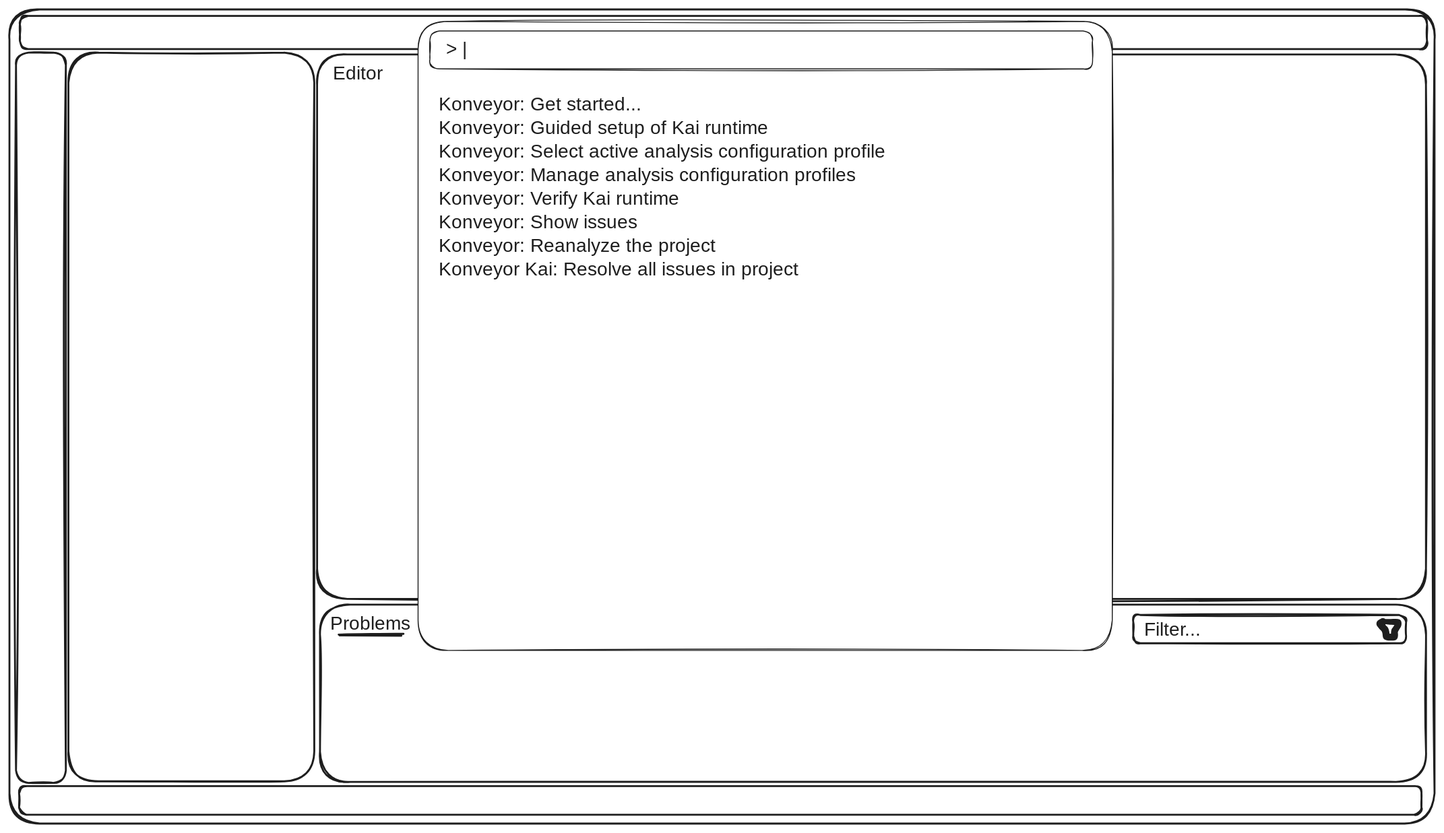
This is wireframe/2.command-palette.excalidraw.svg from sjd78/kai-ide-user-stories, a Excalidraw export, as it was before one commit. Source tidied: one line per element, renumbered; positions are measured from the earlier drawing's top-left corner, leaving out a move shared by most shapes. The source it was exported from:
```json
{"id": 0, "type": "rectangle", "strokeColor": "#1e1e1e", "strokeWidth": 2, "roughness": 1, "round": true, "x": 0, "y": 0, "width": 1510, "height": 863}
{"id": 1, "type": "rectangle", "strokeColor": "#1e1e1e", "strokeWidth": 2, "roughness": 1, "round": true, "x": 11, "y": 7, "width": 1491, "height": 35}
{"id": 2, "type": "rectangle", "strokeColor": "#1e1e1e", "strokeWidth": 2, "roughness": 1, "round": true, "x": 7, "y": 46, "width": 53, "height": 775}
{"id": 3, "type": "rectangle", "strokeColor": "#1e1e1e", "strokeWidth": 2, "roughness": 1, "round": true, "x": 10, "y": 824, "width": 1486, "height": 30}
{"id": 4, "type": "rectangle", "strokeColor": "#1e1e1e", "strokeWidth": 2, "roughness": 1, "round": true, "x": 62, "y": 46, "width": 261, "height": 773}
{"id": 5, "type": "rectangle", "strokeColor": "#1e1e1e", "strokeWidth": 2, "roughness": 1, "round": true, "x": 326, "y": 48, "width": 1175, "height": 577}
{"id": 6, "type": "text", "text": "Editor", "strokeColor": "#1e1e1e", "strokeWidth": 2, "roughness": 1, "fontSize": 20, "fontFamily": 1, "x": 343, "y": 57, "width": 60, "height": 25}
{"id": 7, "type": "rectangle", "strokeColor": "#1e1e1e", "strokeWidth": 2, "roughness": 1, "round": true, "x": 329, "y": 631, "width": 1172, "height": 188}
{"id": 8, "type": "text", "text": "Problems", "strokeColor": "#1e1e1e", "strokeWidth": 2, "roughness": 1, "fontSize": 20, "fontFamily": 1, "x": 340, "y": 640, "width": 83, "height": 25}
{"id": 9, "type": "text", "text": "Output", "strokeColor": "#1e1e1e", "strokeWidth": 2, "roughness": 1, "fontSize": 20, "fontFamily": 1, "x": 452, "y": 640, "width": 70, "height": 25}
{"id": 10, "type": "line", "strokeColor": "#1e1e1e", "strokeWidth": 2, "roughness": 1, "round": true, "x": 349, "y": 663, "width": 67, "height": 0, "points": [[0, 0], [67, 0]]}
{"id": 11, "type": "rectangle", "strokeColor": "#1e1e1e", "strokeWidth": 2, "roughness": 1, "round": true, "x": 1191, "y": 642, "width": 289, "height": 30}
{"id": 12, "type": "text", "text": "Filter...", "strokeColor": "#1e1e1e", "strokeWidth": 1, "roughness": 1, "fontSize": 20, "fontFamily": 1, "x": 1202, "y": 646, "width": 68, "height": 25}
{"id": 13, "type": "freedraw", "strokeColor": "#1e1e1e", "strokeWidth": 1, "roughness": 1, "x": 1456, "y": 649, "width": 20, "height": 17, "points": [[0, 0], [2, 0], [5, 0], [10, 0], [14, 0], [16, 1], [15, 4], [14, 5], [13, 7], [12, 8], [11, 10], [11, 12], [11, 14], [11, 16], [6, 16], [3, 17], [2, 14], [2, 11], [2, 10], [2, 9], [0, 7], [-1, 6], [-2, 4], [-4, 3], [-4, 2], [-3, 1], [-2, 0]]}
{"id": 14, "type": "rectangle", "strokeColor": "#1e1e1e", "backgroundColor": "#ffffff", "fillStyle": "solid", "strokeWidth": 1, "roughness": 1, "round": true, "x": 433, "y": 13, "width": 736, "height": 667}
{"id": 15, "type": "rectangle", "strokeColor": "#1e1e1e", "backgroundColor": "#ffffff", "fillStyle": "solid", "strokeWidth": 1, "roughness": 1, "round": true, "x": 446, "y": 23, "width": 702, "height": 40}
{"id": 16, "type": "text", "text": "> | ", "strokeColor": "#1e1e1e", "backgroundColor": "#ffffff", "fillStyle": "solid", "strokeWidth": 1, "roughness": 1, "fontSize": 20, "fontFamily": 1, "x": 462, "y": 31, "width": 33, "height": 25}
{"id": 17, "type": "text", "text": "Konveyor: Get started...\nKonveyor: Guided setup of Kai runtime\nKonveyor: Select active analysis configuration profile\nKonveyor: Manage analysis configuration profiles\nKonveyor: Verify Kai runtime\nKonveyor: Show issues\nKonveyor: Reanalyze the project\nKonveyor Kai: Resolve all issues in project", "strokeColor": "#1e1e1e", "backgroundColor": "#ffffff", "fillStyle": "solid", "strokeWidth": 1, "roughness": 1, "fontSize": 20, "fontFamily": 1, "x": 455, "y": 89, "width": 520, "height": 200}
```
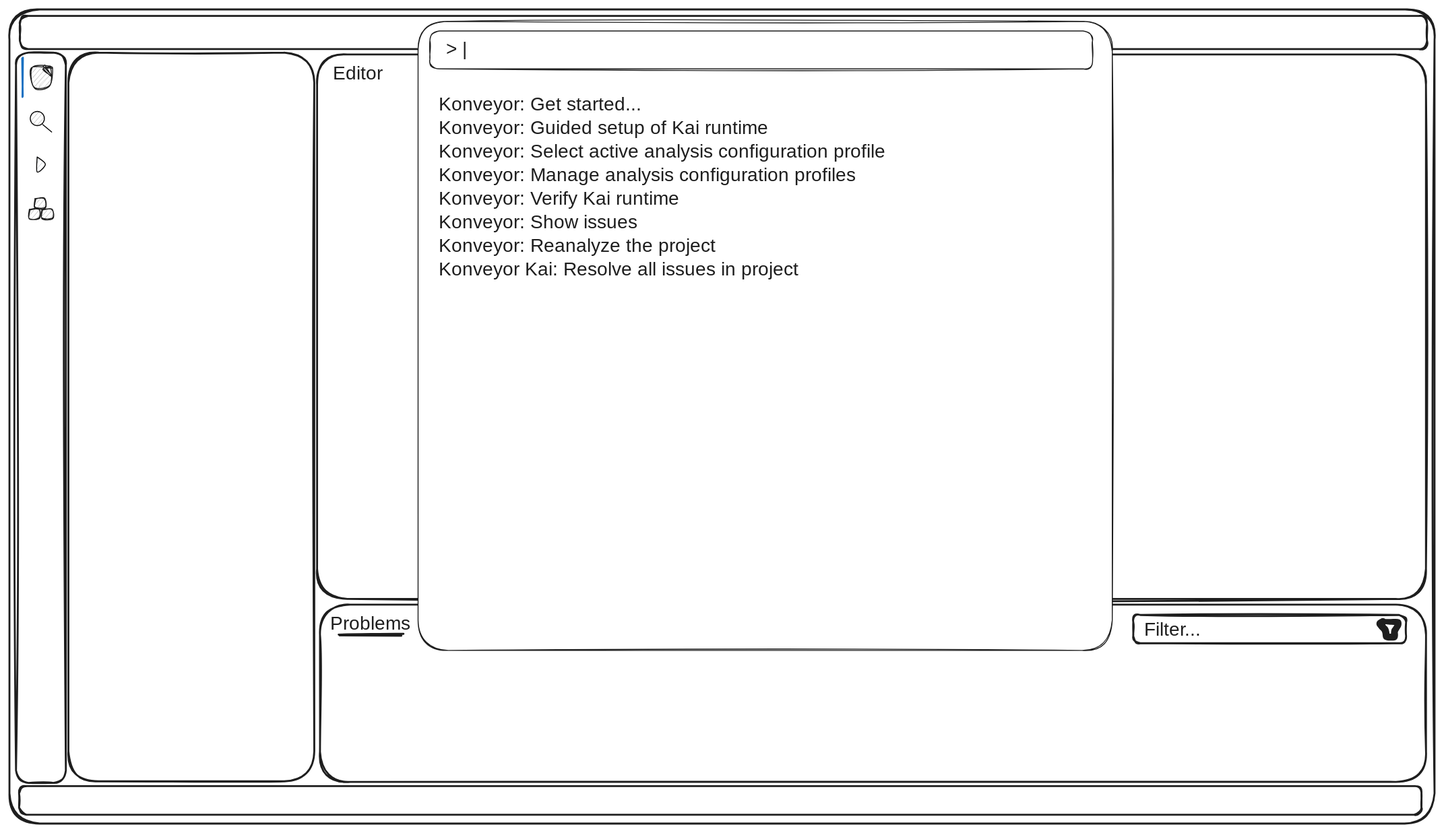
The same diagram one commit later.

Change to the diagram source:
```diff
@@ -16,3 +16,11 @@
 {"id": 15, "type": "rectangle", "strokeColor": "#1e1e1e", "backgroundColor": "#ffffff", "fillStyle": "solid", "strokeWidth": 1, "roughness": 1, "round": true, "x": 446, "y": 23, "width": 702, "height": 40}
 {"id": 16, "type": "text", "text": "> | ", "strokeColor": "#1e1e1e", "backgroundColor": "#ffffff", "fillStyle": "solid", "strokeWidth": 1, "roughness": 1, "fontSize": 20, "fontFamily": 1, "x": 462, "y": 31, "width": 33, "height": 25}
 {"id": 17, "type": "text", "text": "Konveyor: Get started...\nKonveyor: Guided setup of Kai runtime\nKonveyor: Select active analysis configuration profile\nKonveyor: Manage analysis configuration profiles\nKonveyor: Verify Kai runtime\nKonveyor: Show issues\nKonveyor: Reanalyze the project\nKonveyor Kai: Resolve all issues in project", "strokeColor": "#1e1e1e", "backgroundColor": "#ffffff", "fillStyle": "solid", "strokeWidth": 1, "roughness": 1, "fontSize": 20, "fontFamily": 1, "x": 455, "y": 89, "width": 520, "height": 200}
+{"id": 18, "type": "line", "strokeColor": "#000000", "backgroundColor": "#ced4da", "fillStyle": "hachure", "strokeWidth": 1, "roughness": 0, "round": true, "x": 29, "y": 156, "width": 9, "height": 16, "points": [[0, 0], [9, 8], [0, 16], [0, 0]]}
+{"id": 19, "type": "line", "strokeColor": "#1e1e1e", "backgroundColor": "#c8c8c8", "fillStyle": "hachure", "strokeWidth": 1, "roughness": 1, "round": true, "x": 39, "y": 62, "width": 21, "height": 23, "points": [[0, 0], [5, 0], [3, 18], [-14, 20], [-15, -1], [4, -1], [-5, 0], [5, 8], [-3, -3]]}
+{"id": 20, "type": "line", "strokeColor": "#1971c2", "backgroundColor": "#c8c8c8", "fillStyle": "hachure", "strokeWidth": 2, "roughness": 1, "round": true, "x": 14, "y": 52, "width": 0, "height": 40, "points": [[0, 0], [0, 40]]}
+{"id": 21, "type": "ellipse", "strokeColor": "#000000", "backgroundColor": "#c8c8c8", "fillStyle": "hachure", "strokeWidth": 1, "roughness": 0, "x": 22, "y": 108, "width": 15, "height": 15}
+{"id": 22, "type": "line", "strokeColor": "#000000", "backgroundColor": "#c8c8c8", "fillStyle": "hachure", "strokeWidth": 1, "roughness": 0, "round": true, "x": 35, "y": 122, "width": 9, "height": 8, "points": [[0, 0], [9, 8]]}
+{"id": 23, "type": "line", "strokeColor": "#1e1e1e", "backgroundColor": "#c8c8c8", "fillStyle": "hachure", "strokeWidth": 1, "roughness": 1, "round": true, "x": 27, "y": 201, "width": 11, "height": 10, "points": [[0, 0], [10, 0], [11, 9], [0, 10], [0, 0]]}
+{"id": 24, "type": "line", "strokeColor": "#1e1e1e", "backgroundColor": "#c8c8c8", "fillStyle": "hachure", "strokeWidth": 1, "roughness": 1, "round": true, "x": 35, "y": 212, "width": 11, "height": 10, "points": [[0, 0], [10, 0], [11, 9], [0, 10], [0, 0]]}
+{"id": 25, "type": "line", "strokeColor": "#1e1e1e", "backgroundColor": "#c8c8c8", "fillStyle": "hachure", "strokeWidth": 1, "roughness": 1, "round": true, "x": 21, "y": 212, "width": 11, "height": 10, "points": [[0, 0], [10, 0], [11, 9], [0, 10], [0, 0]]}
```
